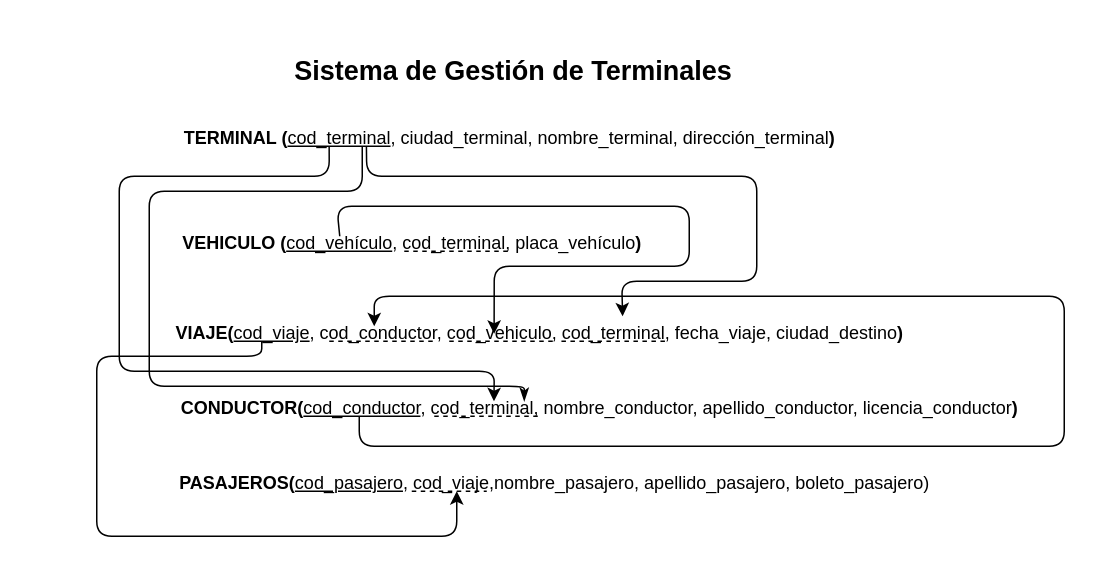
This is grafo.drawio from Vladimirjon/Proyecto_BDD, a draw.io file, before an edit. Source tidied: cells renumbered, new cells numbered last; positions are measured from the earlier drawing's top-left corner, leaving out a move shared by most shapes. Both pictures are drawn from the tidied source at 150%, with x=0, y=0 at pixel (96, 26).
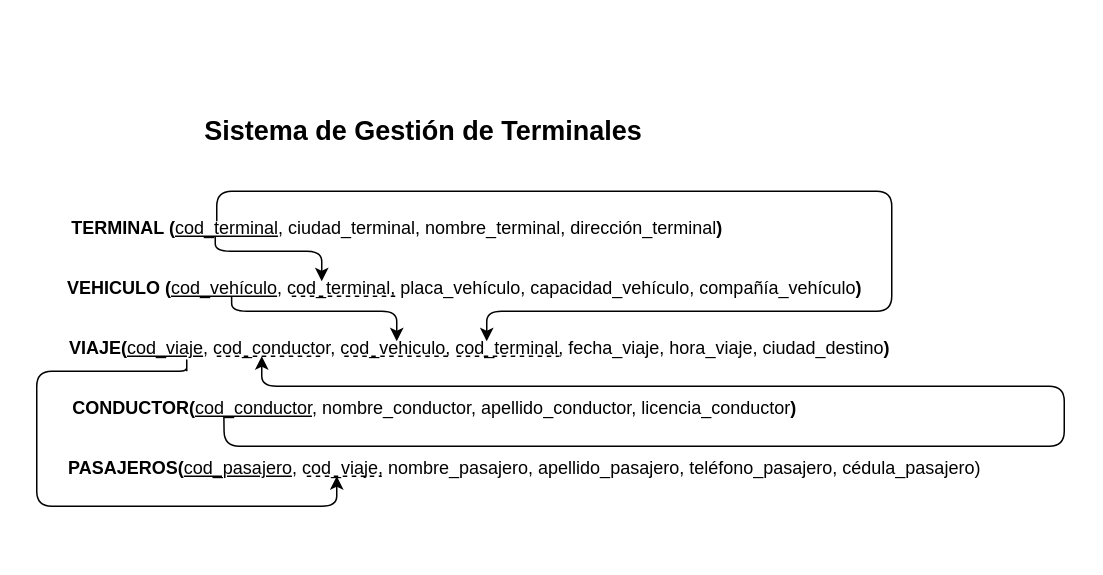
Above is the later version.

Commit message (it also covers changes not shown here):
Correccion Grafo Relacional

The edit, as a diff of the source:
```diff
@@
     <mxCell id="2" value="&lt;b&gt;TERMINAL (&lt;/b&gt;&lt;u&gt;cod_terminal&lt;/u&gt;, ciudad_terminal, nombre_terminal, dirección_terminal&lt;b&gt;)&lt;/b&gt;" style="text;html=1;align=center;verticalAlign=middle;points=[];strokeColor=none;fillColor=none;" parent="1" vertex="1">
-      <mxGeometry x="45" y="60" width="460" height="30" as="geometry" />
+      <mxGeometry x="-30" y="120" width="460" height="30" as="geometry" />
     </mxCell>
-    <mxCell id="3" value="&lt;b&gt;VEHICULO (&lt;/b&gt;&lt;u&gt;cod_vehículo&lt;/u&gt;, cod_terminal, placa_vehículo&lt;b&gt;)&lt;/b&gt;" style="text;html=1;align=center;verticalAlign=middle;points=[];strokeColor=none;fillColor=none;" parent="1" vertex="1">
-      <mxGeometry x="45" y="130" width="330" height="30" as="geometry" />
+    <mxCell id="3" value="&lt;b&gt;VEHICULO (&lt;/b&gt;&lt;u&gt;cod_vehículo&lt;/u&gt;, cod_terminal, placa_vehículo, capacidad&lt;span style=&quot;color: rgb(0, 0, 0);&quot;&gt;_vehículo, compañ&lt;/span&gt;&lt;span style=&quot;color: rgb(0, 0, 0);&quot;&gt;í&lt;/span&gt;&lt;span style=&quot;color: rgb(0, 0, 0);&quot;&gt;a&lt;/span&gt;&lt;span style=&quot;color: rgb(0, 0, 0);&quot;&gt;_vehículo&lt;/span&gt;&lt;b&gt;)&lt;/b&gt;" style="text;html=1;align=center;verticalAlign=middle;points=[];strokeColor=none;fillColor=none;" parent="1" vertex="1">
+      <mxGeometry x="-30" y="160" width="550" height="30" as="geometry" />
     </mxCell>
-    <mxCell id="4" value="&lt;b&gt;VIAJE(&lt;/b&gt;&lt;u&gt;cod_viaje&lt;/u&gt;, cod_conductor, cod_vehiculo, cod_terminal, fecha_viaje, ciudad_destino&lt;b&gt;)&lt;/b&gt;" style="text;html=1;align=center;verticalAlign=middle;points=[];strokeColor=none;fillColor=none;" parent="1" vertex="1">
-      <mxGeometry x="40" y="190" width="510" height="30" as="geometry" />
+    <mxCell id="4" value="&lt;b&gt;VIAJE(&lt;/b&gt;&lt;u&gt;cod_viaje&lt;/u&gt;, cod_conductor, cod_vehiculo, cod_terminal, fecha_viaje, hora_viaje, ciudad_destino&lt;b&gt;)&lt;/b&gt;" style="text;html=1;align=center;verticalAlign=middle;points=[];strokeColor=none;fillColor=none;" parent="1" vertex="1">
+      <mxGeometry x="-30" y="200" width="570" height="30" as="geometry" />
     </mxCell>
-    <mxCell id="5" value="&lt;b&gt;CONDUCTOR(&lt;/b&gt;&lt;u&gt;cod_conductor&lt;/u&gt;, cod_terminal, nombre_conductor, apellido&lt;span style=&quot;color: rgb(0, 0, 0);&quot;&gt;_conductor&lt;/span&gt;, licencia_conductor&lt;b&gt;)&lt;/b&gt;" style="text;html=1;align=center;verticalAlign=middle;points=[];strokeColor=none;fillColor=none;" parent="1" vertex="1">
-      <mxGeometry x="45" y="240" width="580" height="30" as="geometry" />
+    <mxCell id="5" value="&lt;b&gt;CONDUCTOR(&lt;/b&gt;&lt;u&gt;cod_conductor&lt;/u&gt;, nombre_conductor, apellido&lt;span style=&quot;color: rgb(0, 0, 0);&quot;&gt;_conductor&lt;/span&gt;, licencia_conductor&lt;b&gt;)&lt;/b&gt;" style="text;html=1;align=center;verticalAlign=middle;points=[];strokeColor=none;fillColor=none;" parent="1" vertex="1">
+      <mxGeometry x="-30" y="240" width="510" height="30" as="geometry" />
     </mxCell>
-    <mxCell id="6" value="&lt;b&gt;PASAJEROS(&lt;/b&gt;&lt;u&gt;cod_pasajero&lt;/u&gt;, cod_viaje,nombre_pasajero, apellido&lt;span style=&quot;color: rgb(0, 0, 0);&quot;&gt;_pasajero, boleto_pasajero&lt;/span&gt;)" style="text;html=1;align=center;verticalAlign=middle;strokeColor=none;fillColor=none;" parent="1" vertex="1">
-      <mxGeometry x="45" y="290" width="520" height="30" as="geometry" />
+    <mxCell id="6" value="&lt;b&gt;PASAJEROS(&lt;/b&gt;&lt;u&gt;cod_pasajero&lt;/u&gt;, cod_viaje, nombre_pasajero, apellido&lt;span style=&quot;color: rgb(0, 0, 0);&quot;&gt;_pasajero,&amp;nbsp;&lt;/span&gt;&lt;span style=&quot;color: rgb(0, 0, 0); text-wrap-mode: wrap;&quot;&gt;teléfono_pasajero,&amp;nbsp;&lt;/span&gt;&lt;span style=&quot;color: rgb(0, 0, 0); text-wrap-mode: wrap;&quot;&gt;cédula_pasajero&lt;/span&gt;)" style="text;html=1;align=center;verticalAlign=middle;strokeColor=none;fillColor=none;" parent="1" vertex="1">
+      <mxGeometry x="-30" y="280" width="630" height="30" as="geometry" />
     </mxCell>
     <mxCell id="7" value="&lt;h2&gt;&lt;b&gt;Sistema de Gestión de Terminales&amp;nbsp;&lt;/b&gt;&lt;/h2&gt;" style="text;html=1;align=center;verticalAlign=middle;strokeColor=none;fillColor=none;" parent="1" vertex="1">
-      <mxGeometry x="120" width="320" height="60" as="geometry" />
+      <mxGeometry x="60" y="40" width="320" height="60" as="geometry" />
     </mxCell>
-    <mxCell id="8" style="endArrow=none;html=1;entryX=0.239;entryY=0.667;entryDx=0;entryDy=0;entryPerimeter=0;exitX=0.379;exitY=0.333;exitDx=0;exitDy=0;exitPerimeter=0;startArrow=classic;startFill=1;endFill=0;" parent="1" edge="1" source="5" target="2">
-      <mxGeometry relative="1" as="geometry">
-        <Array as="points">
-          <mxPoint x="265" y="230" />
-          <mxPoint x="15" y="230" />
-          <mxPoint x="15" y="100" />
-          <mxPoint x="155" y="100" />
-        </Array>
-      </mxGeometry>
-    </mxCell>
-    <mxCell id="9" style="endArrow=none;dashed=1;html=1;" parent="1" edge="1">
-      <mxGeometry relative="1" as="geometry">
-        <mxPoint x="225" y="260" as="sourcePoint" />
-        <mxPoint x="295" y="260" as="targetPoint" />
-      </mxGeometry>
-    </mxCell>
     <mxCell id="10" style="endArrow=none;dashed=1;html=1;" parent="1" edge="1">
       <mxGeometry relative="1" as="geometry">
-        <mxPoint x="205" y="150" as="sourcePoint" />
-        <mxPoint x="275" y="150" as="targetPoint" />
+        <mxPoint x="130" y="180" as="sourcePoint" />
+        <mxPoint x="200" y="180" as="targetPoint" />
       </mxGeometry>
     </mxCell>
-    <mxCell id="11" style="endArrow=none;html=1;exitX=0.379;exitY=0.333;exitDx=0;exitDy=0;exitPerimeter=0;startArrow=classicThin;startFill=1;endFill=0;" parent="1" edge="1">
-      <mxGeometry relative="1" as="geometry">
-        <mxPoint x="285" y="250" as="sourcePoint" />
-        <mxPoint x="177" y="80" as="targetPoint" />
-        <Array as="points">
-          <mxPoint x="285" y="240" />
-          <mxPoint x="35" y="240" />
-          <mxPoint x="35" y="110" />
-          <mxPoint x="110" y="110" />
-          <mxPoint x="177" y="110" />
-        </Array>
-      </mxGeometry>
-    </mxCell>
     <mxCell id="12" style="endArrow=none;dashed=1;html=1;" parent="1" edge="1">
       <mxGeometry relative="1" as="geometry">
-        <mxPoint x="155" y="210" as="sourcePoint" />
-        <mxPoint x="225" y="210" as="targetPoint" />
+        <mxPoint x="80" y="220" as="sourcePoint" />
+        <mxPoint x="150" y="220" as="targetPoint" />
       </mxGeometry>
     </mxCell>
-    <mxCell id="13" style="endArrow=classic;html=1;" parent="1" edge="1">
+    <mxCell id="13" style="endArrow=classic;html=1;exitX=0.225;exitY=0.667;exitDx=0;exitDy=0;exitPerimeter=0;" parent="1" edge="1" source="5">
       <mxGeometry relative="1" as="geometry">
-        <mxPoint x="175" y="260" as="sourcePoint" />
-        <mxPoint x="185" y="200" as="targetPoint" />
+        <mxPoint x="110" y="220" as="targetPoint" />
         <Array as="points">
-          <mxPoint x="175" y="280" />
+          <mxPoint x="85" y="280" />
           <mxPoint x="645" y="280" />
-          <mxPoint x="645" y="180" />
-          <mxPoint x="185" y="180" />
+          <mxPoint x="645" y="240" />
+          <mxPoint x="380" y="240" />
+          <mxPoint x="110" y="240" />
         </Array>
       </mxGeometry>
     </mxCell>
-    <mxCell id="14" style="endArrow=classic;html=1;entryX=0.441;entryY=0.5;entryDx=0;entryDy=0;entryPerimeter=0;" parent="1" edge="1" target="4">
+    <mxCell id="14" style="endArrow=classic;html=1;" parent="1" edge="1">
       <mxGeometry relative="1" as="geometry">
-        <mxPoint x="162" y="140" as="sourcePoint" />
+        <mxPoint x="80" y="130" as="sourcePoint" />
+        <mxPoint x="260" y="210" as="targetPoint" />
         <Array as="points">
-          <mxPoint x="160" y="120" />
-          <mxPoint x="395" y="120" />
-          <mxPoint x="395" y="160" />
-          <mxPoint x="265" y="160" />
+          <mxPoint x="80" y="110" />
+          <mxPoint x="350" y="110" />
+          <mxPoint x="530" y="110" />
+          <mxPoint x="530" y="190" />
+          <mxPoint x="260" y="190" />
         </Array>
       </mxGeometry>
     </mxCell>
     <mxCell id="15" style="endArrow=none;dashed=1;html=1;" parent="1" edge="1">
       <mxGeometry relative="1" as="geometry">
-        <mxPoint x="235" y="210" as="sourcePoint" />
-        <mxPoint x="305" y="210" as="targetPoint" />
+        <mxPoint x="165" y="220" as="sourcePoint" />
+        <mxPoint x="235" y="220" as="targetPoint" />
       </mxGeometry>
     </mxCell>
     <mxCell id="16" style="endArrow=none;dashed=1;html=1;" parent="1" edge="1">
       <mxGeometry relative="1" as="geometry">
-        <mxPoint x="210" y="310" as="sourcePoint" />
-        <mxPoint x="260" y="310" as="targetPoint" />
+        <mxPoint x="140" y="300" as="sourcePoint" />
+        <mxPoint x="190" y="300" as="targetPoint" />
       </mxGeometry>
     </mxCell>
     <mxCell id="17" style="endArrow=classic;html=1;" parent="1" edge="1">
       <mxGeometry relative="1" as="geometry">
-        <mxPoint x="110" y="210" as="sourcePoint" />
-        <mxPoint x="240" y="310" as="targetPoint" />
+        <mxPoint x="60" y="230" as="sourcePoint" />
+        <mxPoint x="160" y="300" as="targetPoint" />
         <Array as="points">
-          <mxPoint x="110" y="210" />
-          <mxPoint x="110" y="220" />
-          <mxPoint y="220" />
-          <mxPoint y="340" />
-          <mxPoint x="170" y="340" />
-          <mxPoint x="240" y="340" />
+          <mxPoint x="60" y="220" />
+          <mxPoint x="60" y="230" />
+          <mxPoint x="50" y="230" />
+          <mxPoint x="30" y="230" />
+          <mxPoint x="-40" y="230" />
+          <mxPoint x="-40" y="280" />
+          <mxPoint x="-40" y="320" />
+          <mxPoint x="90" y="320" />
+          <mxPoint x="160" y="320" />
         </Array>
       </mxGeometry>
     </mxCell>
-    <mxCell id="18" style="endArrow=none;dashed=1;html=1;exitX=0.529;exitY=0.667;exitDx=0;exitDy=0;exitPerimeter=0;" parent="1" edge="1" source="4">
+    <mxCell id="18" style="endArrow=none;dashed=1;html=1;exitX=0.529;exitY=0.667;exitDx=0;exitDy=0;exitPerimeter=0;" parent="1" edge="1">
       <mxGeometry relative="1" as="geometry">
-        <mxPoint x="380" y="210" as="targetPoint" />
+        <mxPoint x="240" y="220" as="sourcePoint" />
+        <mxPoint x="308.5" y="220" as="targetPoint" />
       </mxGeometry>
     </mxCell>
-    <mxCell id="19" style="endArrow=classic;html=1;exitX=0.293;exitY=0.667;exitDx=0;exitDy=0;exitPerimeter=0;entryX=0.609;entryY=0.113;entryDx=0;entryDy=0;entryPerimeter=0;" parent="1" edge="1" source="2" target="4">
+    <mxCell id="19" style="endArrow=classic;html=1;exitX=0.218;exitY=0.667;exitDx=0;exitDy=0;exitPerimeter=0;" parent="1" edge="1" source="3">
       <mxGeometry relative="1" as="geometry">
+        <mxPoint x="200" y="210" as="targetPoint" />
         <Array as="points">
-          <mxPoint x="180" y="100" />
-          <mxPoint x="440" y="100" />
-          <mxPoint x="440" y="170" />
-          <mxPoint x="350" y="170" />
+          <mxPoint x="90" y="190" />
+          <mxPoint x="170" y="190" />
+          <mxPoint x="200" y="190" />
         </Array>
       </mxGeometry>
     </mxCell>
+    <mxCell id="20" style="edgeStyle=none;html=1;" parent="1" edge="1">
+      <mxGeometry relative="1" as="geometry">
+        <mxPoint x="79" y="140" as="sourcePoint" />
+        <mxPoint x="150" y="170" as="targetPoint" />
+        <Array as="points">
+          <mxPoint x="79" y="150" />
+          <mxPoint x="150" y="150" />
+        </Array>
+      </mxGeometry>
+    </mxCell>
```
